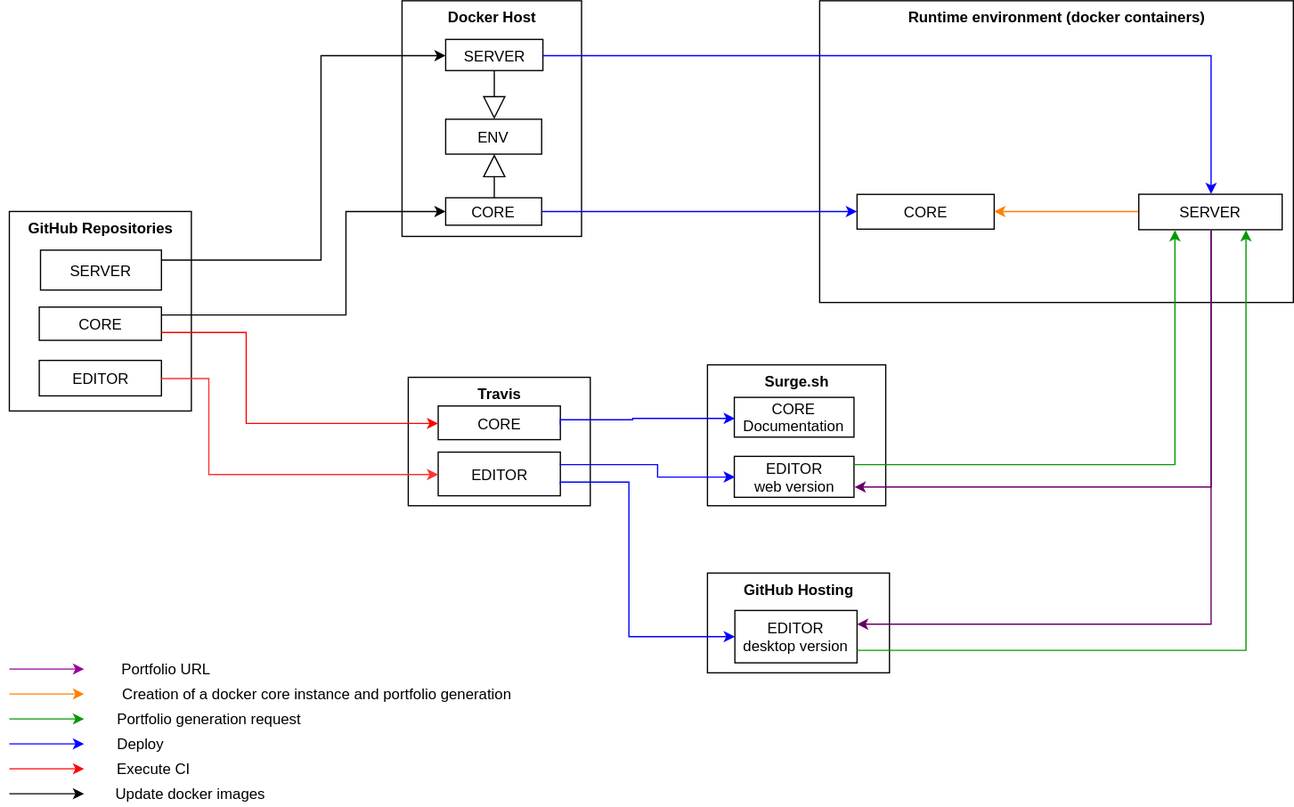
Earlier version of the draw.io export architecture.svg (myOwnPortfolio-team/myOwnPortfolio). Source tidied: cells renumbered, new cells last; positions are measured from the earlier drawing's top-left corner, leaving out a move shared by most shapes.
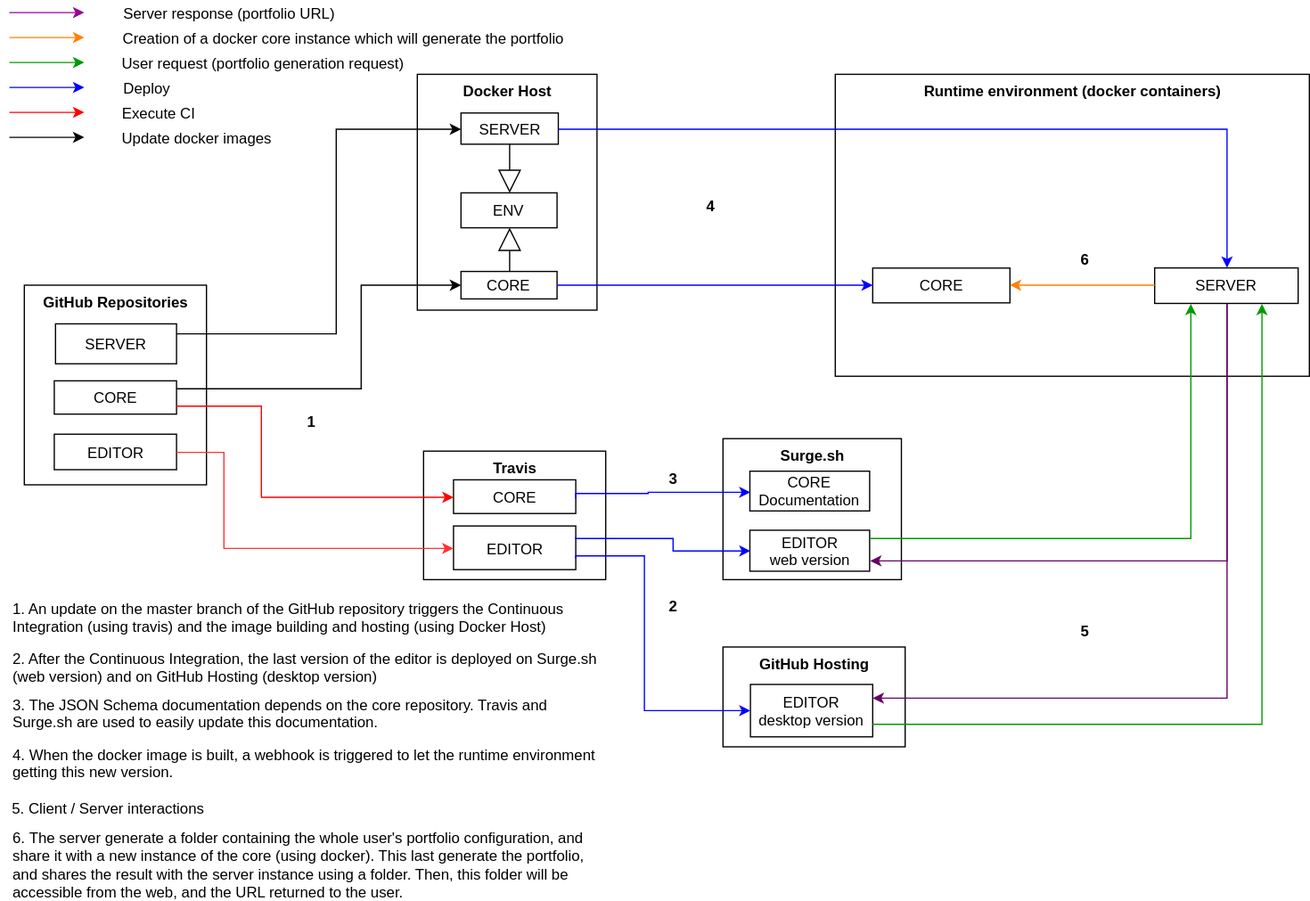
After the commit.

Change to the diagram source:
```diff
@@ -1,4 +1,4 @@
-<mxGraphModel background="#ffffff">
+<mxGraphModel>
   <root>
     <mxCell id="0" />
     <mxCell id="1" parent="0" />
@@ -56,12 +56,15 @@
     <mxCell id="19" value="CORE" style="html=1;" parent="18" vertex="1">
       <mxGeometry x="30" y="155.3" width="110" height="27.9" as="geometry" />
     </mxCell>
+    <mxCell id="21" value="SERVER" style="html=1;" parent="18" vertex="1">
+      <mxGeometry x="256" y="155.2" width="115" height="28.4" as="geometry" />
+    </mxCell>
     <mxCell id="20" style="edgeStyle=orthogonalEdgeStyle;rounded=0;html=1;exitX=0;exitY=0.5;entryX=1;entryY=0.5;jettySize=auto;strokeColor=#FF8000;fillColor=#FF0000;" parent="18" edge="1" source="21" target="19">
       <mxGeometry relative="1" as="geometry" />
     </mxCell>
-    <mxCell id="21" value="SERVER" style="html=1;" parent="18" vertex="1">
-      <mxGeometry x="256" y="155.2" width="115" height="28.4" as="geometry" />
-    </mxCell>
+    <mxCell id="50" value="6" style="text;html=1;strokeColor=none;fillColor=none;align=center;verticalAlign=middle;whiteSpace=wrap;rounded=0;fontStyle=1;" parent="18" vertex="1">
+      <mxGeometry x="180" y="138" width="40" height="20" as="geometry" />
+    </mxCell>
     <mxCell id="22" value="&lt;p style=&quot;margin: 0px ; margin-top: 6px ; text-align: center&quot;&gt;&lt;b&gt;Travis&lt;/b&gt;&lt;/p&gt;" style="align=left;overflow=fill;html=1;" parent="1" vertex="1">
       <mxGeometry x="320" y="302" width="146" height="103" as="geometry" />
     </mxCell>
@@ -150,45 +153,45 @@
     </mxCell>
     <mxCell id="36" style="endArrow=classic;html=1;strokeColor=#009900;fillColor=#FF0000;" parent="1" edge="1">
       <mxGeometry relative="1" as="geometry">
-        <mxPoint y="576" as="sourcePoint" />
-        <mxPoint x="60" y="576" as="targetPoint" />
+        <mxPoint x="-12" y="-9.5" as="sourcePoint" />
+        <mxPoint x="48" y="-9.5" as="targetPoint" />
       </mxGeometry>
     </mxCell>
     <mxCell id="37" style="endArrow=classic;html=1;strokeColor=#0000FF;fillColor=#FF0000;" parent="1" edge="1">
       <mxGeometry relative="1" as="geometry">
-        <mxPoint y="596" as="sourcePoint" />
-        <mxPoint x="60" y="596" as="targetPoint" />
+        <mxPoint x="-12" y="10.5" as="sourcePoint" />
+        <mxPoint x="48" y="10.5" as="targetPoint" />
       </mxGeometry>
     </mxCell>
     <mxCell id="38" style="endArrow=classic;html=1;strokeColor=#000000;fillColor=#FF0000;" parent="1" edge="1">
       <mxGeometry relative="1" as="geometry">
-        <mxPoint y="636" as="sourcePoint" />
-        <mxPoint x="60" y="636" as="targetPoint" />
+        <mxPoint x="-12" y="50.5" as="sourcePoint" />
+        <mxPoint x="48" y="50.5" as="targetPoint" />
       </mxGeometry>
     </mxCell>
-    <mxCell id="39" value="Update docker images" style="text;html=1;strokeColor=none;fillColor=none;align=center;verticalAlign=middle;whiteSpace=wrap;rounded=0;" parent="1" vertex="1">
-      <mxGeometry x="80" y="626" width="130" height="20" as="geometry" />
+    <mxCell id="39" value="&lt;div style=&quot;text-align: left&quot;&gt;&lt;span&gt;Update docker images&lt;/span&gt;&lt;/div&gt;" style="text;html=1;strokeColor=none;fillColor=none;align=center;verticalAlign=middle;whiteSpace=wrap;rounded=0;" parent="1" vertex="1">
+      <mxGeometry x="73" y="40.5" width="130" height="20" as="geometry" />
     </mxCell>
     <mxCell id="40" style="endArrow=classic;html=1;strokeColor=#FF0000;fillColor=#FF0000;" parent="1" edge="1">
       <mxGeometry relative="1" as="geometry">
-        <mxPoint y="616" as="sourcePoint" />
-        <mxPoint x="60" y="616" as="targetPoint" />
+        <mxPoint x="-12" y="30.5" as="sourcePoint" />
+        <mxPoint x="48" y="30.5" as="targetPoint" />
       </mxGeometry>
     </mxCell>
-    <mxCell id="41" value="Execute CI" style="text;html=1;strokeColor=none;fillColor=none;align=center;verticalAlign=middle;whiteSpace=wrap;rounded=0;" parent="1" vertex="1">
-      <mxGeometry x="80" y="606" width="70" height="20" as="geometry" />
+    <mxCell id="41" value="&lt;div style=&quot;text-align: left&quot;&gt;&lt;span&gt;Execute CI&lt;/span&gt;&lt;/div&gt;" style="text;html=1;strokeColor=none;fillColor=none;align=center;verticalAlign=middle;whiteSpace=wrap;rounded=0;" parent="1" vertex="1">
+      <mxGeometry x="72" y="20.5" width="70" height="20" as="geometry" />
     </mxCell>
-    <mxCell id="42" value="Deploy" style="text;html=1;strokeColor=none;fillColor=none;align=center;verticalAlign=middle;whiteSpace=wrap;rounded=0;" parent="1" vertex="1">
-      <mxGeometry x="80" y="586" width="50" height="20" as="geometry" />
+    <mxCell id="42" value="&lt;div style=&quot;text-align: left&quot;&gt;&lt;span&gt;Deploy&lt;/span&gt;&lt;/div&gt;" style="text;html=1;strokeColor=none;fillColor=none;align=center;verticalAlign=middle;whiteSpace=wrap;rounded=0;" parent="1" vertex="1">
+      <mxGeometry x="73" y="3" width="50" height="16" as="geometry" />
     </mxCell>
-    <mxCell id="43" value="Portfolio generation request" style="text;html=1;strokeColor=none;fillColor=none;align=center;verticalAlign=middle;whiteSpace=wrap;rounded=0;" parent="1" vertex="1">
-      <mxGeometry x="80" y="566" width="160" height="20" as="geometry" />
+    <mxCell id="43" value="&lt;div style=&quot;text-align: left&quot;&gt;&lt;span&gt;User request (portfolio generation request)&lt;/span&gt;&lt;/div&gt;" style="text;html=1;strokeColor=none;fillColor=none;align=center;verticalAlign=middle;whiteSpace=wrap;rounded=0;" parent="1" vertex="1">
+      <mxGeometry x="71" y="-19" width="240" height="20" as="geometry" />
     </mxCell>
-    <mxCell id="44" value="Creation of a docker core instance and portfolio generation" style="text;html=1;strokeColor=none;fillColor=none;align=center;verticalAlign=middle;whiteSpace=wrap;rounded=0;" parent="1" vertex="1">
-      <mxGeometry x="80" y="546" width="330" height="20" as="geometry" />
+    <mxCell id="44" value="&lt;div style=&quot;text-align: left&quot;&gt;&lt;span&gt;Creation of a docker core instance which will generate the portfolio&lt;/span&gt;&lt;/div&gt;" style="text;html=1;strokeColor=none;fillColor=none;align=center;verticalAlign=middle;whiteSpace=wrap;rounded=0;" parent="1" vertex="1">
+      <mxGeometry x="69" y="-39" width="373" height="20" as="geometry" />
     </mxCell>
-    <mxCell id="45" value="Portfolio URL" style="text;html=1;strokeColor=none;fillColor=none;align=center;verticalAlign=middle;whiteSpace=wrap;rounded=0;" parent="1" vertex="1">
-      <mxGeometry x="80" y="526" width="90" height="20" as="geometry" />
+    <mxCell id="45" value="&lt;div style=&quot;text-align: left&quot;&gt;&lt;span&gt;Server response (portfolio URL)&lt;/span&gt;&lt;/div&gt;" style="text;html=1;strokeColor=none;fillColor=none;align=center;verticalAlign=middle;whiteSpace=wrap;rounded=0;" parent="1" vertex="1">
+      <mxGeometry x="67" y="-59" width="193" height="20" as="geometry" />
     </mxCell>
     <mxCell id="46" style="edgeStyle=orthogonalEdgeStyle;rounded=0;html=1;exitX=0.5;exitY=1;entryX=1;entryY=0.75;jettySize=auto;strokeColor=#660066;fillColor=#FF0000;" parent="1" edge="1" source="21" target="15">
       <mxGeometry relative="1" as="geometry" />
@@ -198,15 +201,48 @@
     </mxCell>
     <mxCell id="48" style="endArrow=classic;html=1;strokeColor=#FF8000;fillColor=#FF0000;" parent="1" edge="1">
       <mxGeometry relative="1" as="geometry">
-        <mxPoint y="556" as="sourcePoint" />
-        <mxPoint x="60" y="556" as="targetPoint" />
+        <mxPoint x="-12" y="-29.5" as="sourcePoint" />
+        <mxPoint x="48" y="-29.5" as="targetPoint" />
       </mxGeometry>
     </mxCell>
     <mxCell id="49" style="endArrow=classic;html=1;strokeColor=#990099;fillColor=#FF0000;" parent="1" edge="1">
       <mxGeometry relative="1" as="geometry">
-        <mxPoint y="536" as="sourcePoint" />
-        <mxPoint x="60" y="536" as="targetPoint" />
+        <mxPoint x="-12" y="-49.5" as="sourcePoint" />
+        <mxPoint x="48" y="-49.5" as="targetPoint" />
       </mxGeometry>
     </mxCell>
+    <mxCell id="51" value="1" style="text;html=1;strokeColor=none;fillColor=none;align=center;verticalAlign=middle;whiteSpace=wrap;rounded=0;fontStyle=1;" parent="1" vertex="1">
+      <mxGeometry x="210" y="268" width="40" height="20" as="geometry" />
+    </mxCell>
+    <mxCell id="52" value="&lt;div style=&quot;text-align: left&quot;&gt;&lt;span&gt;1. An update on the master branch of the GitHub repository triggers the Continuous Integration (using travis) and the image building and hosting (using Docker Host)&lt;/span&gt;&lt;/div&gt;" style="text;html=1;strokeColor=none;fillColor=none;align=center;verticalAlign=middle;whiteSpace=wrap;rounded=0;" parent="1" vertex="1">
+      <mxGeometry x="-10" y="425" width="480" height="20" as="geometry" />
+    </mxCell>
+    <mxCell id="53" value="2" style="text;html=1;strokeColor=none;fillColor=none;align=center;verticalAlign=middle;whiteSpace=wrap;rounded=0;fontStyle=1;" parent="1" vertex="1">
+      <mxGeometry x="500" y="416" width="40" height="20" as="geometry" />
+    </mxCell>
+    <mxCell id="54" value="&lt;div style=&quot;text-align: left&quot;&gt;&lt;span&gt;2. After the Continuous Integration, the last version of the editor is deployed on Surge.sh (web version) and on GitHub Hosting (desktop version)&lt;/span&gt;&lt;/div&gt;" style="text;html=1;strokeColor=none;fillColor=none;align=center;verticalAlign=middle;whiteSpace=wrap;rounded=0;" parent="1" vertex="1">
+      <mxGeometry x="-10" y="465" width="480" height="20" as="geometry" />
+    </mxCell>
+    <mxCell id="55" value="3" style="text;html=1;strokeColor=none;fillColor=none;align=center;verticalAlign=middle;whiteSpace=wrap;rounded=0;fontStyle=1;" parent="1" vertex="1">
+      <mxGeometry x="500" y="314" width="40" height="20" as="geometry" />
+    </mxCell>
+    <mxCell id="56" value="&lt;div style=&quot;text-align: left&quot;&gt;&lt;span&gt;3. The JSON Schema documentation depends on the core repository. Travis and Surge.sh are used to easily update this documentation.&lt;/span&gt;&lt;/div&gt;" style="text;html=1;strokeColor=none;fillColor=none;align=center;verticalAlign=middle;whiteSpace=wrap;rounded=0;" parent="1" vertex="1">
+      <mxGeometry x="-10" y="502" width="480" height="20" as="geometry" />
+    </mxCell>
+    <mxCell id="57" value="4" style="text;html=1;strokeColor=none;fillColor=none;align=center;verticalAlign=middle;whiteSpace=wrap;rounded=0;fontStyle=1;" parent="1" vertex="1">
+      <mxGeometry x="530" y="95" width="40" height="20" as="geometry" />
+    </mxCell>
+    <mxCell id="58" value="&lt;div style=&quot;text-align: left&quot;&gt;&lt;span&gt;4. When the docker image is built, a webhook is triggered to let the runtime environment getting this new version.&lt;/span&gt;&lt;/div&gt;" style="text;html=1;strokeColor=none;fillColor=none;align=center;verticalAlign=middle;whiteSpace=wrap;rounded=0;" parent="1" vertex="1">
+      <mxGeometry x="-10" y="542" width="480" height="20" as="geometry" />
+    </mxCell>
+    <mxCell id="59" value="5" style="text;html=1;strokeColor=none;fillColor=none;align=center;verticalAlign=middle;whiteSpace=wrap;rounded=0;fontStyle=1;" parent="1" vertex="1">
+      <mxGeometry x="830" y="436" width="40" height="20" as="geometry" />
+    </mxCell>
+    <mxCell id="60" value="&lt;div style=&quot;text-align: left&quot;&gt;&lt;span&gt;6.&amp;nbsp;The server generate a folder containing the whole user's portfolio configuration, and share it with a new instance of the core (using docker). This last generate the portfolio, and shares the result with the server instance using a folder. Then, this folder will be accessible from the web, and the URL returned to the user.&lt;/span&gt;&lt;/div&gt;" style="text;html=1;strokeColor=none;fillColor=none;align=center;verticalAlign=middle;whiteSpace=wrap;rounded=0;" parent="1" vertex="1">
+      <mxGeometry x="-10" y="602" width="483" height="60" as="geometry" />
+    </mxCell>
+    <mxCell id="61" value="&lt;div style=&quot;text-align: left&quot;&gt;&lt;span&gt;5. Client / Server interactions&lt;/span&gt;&lt;/div&gt;" style="text;html=1;strokeColor=none;fillColor=none;align=center;verticalAlign=middle;whiteSpace=wrap;rounded=0;" parent="1" vertex="1">
+      <mxGeometry x="-13" y="578" width="160" height="20" as="geometry" />
+    </mxCell>
   </root>
 </mxGraphModel>
```
